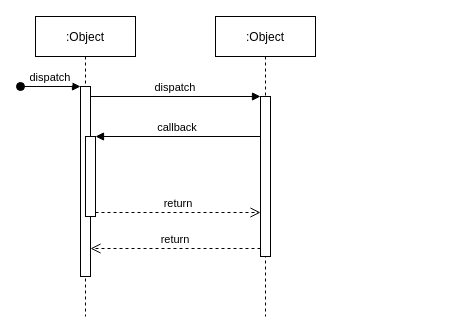
Earlier version of the draw.io diagram Untitled Diagram.drawio (tengyunGH/first). Source tidied: cells renumbered, new cells numbered last; positions are measured from the earlier drawing's top-left corner, leaving out a move shared by most shapes. Both pictures are drawn from the tidied source at 100%, with x=0, y=0 at pixel (20, 16).
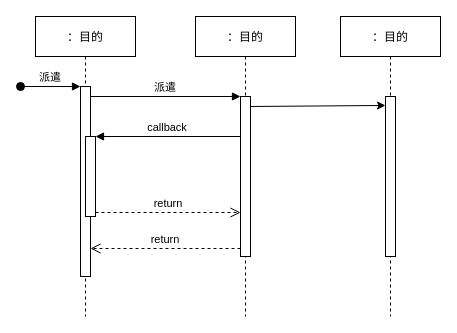
The same page after the edit.

The edit, as a diff of the source:
```diff
@@
 <mxGraphModel>
   <root>
     <mxCell id="0" />
     <mxCell id="1" parent="0" />
-    <mxCell id="2" value=":Object" style="shape=umlLifeline;perimeter=lifelinePerimeter;rounded=0;shadow=0;strokeWidth=1;" parent="1" vertex="1">
+    <mxCell id="2" value="：目的" style="shape=umlLifeline;perimeter=lifelinePerimeter;rounded=0;shadow=0;strokeWidth=1;" parent="1" vertex="1">
       <mxGeometry x="15" width="100" height="300" as="geometry" />
     </mxCell>
     <mxCell id="3" style="points=[];perimeter=orthogonalPerimeter;rounded=0;shadow=0;strokeWidth=1;" parent="2" vertex="1">
       <mxGeometry x="45" y="70" width="10" height="190" as="geometry" />
     </mxCell>
-    <mxCell id="4" value="dispatch" style="verticalAlign=bottom;startArrow=oval;endArrow=block;startSize=8;shadow=0;strokeWidth=1;" parent="2" edge="1" target="3">
+    <mxCell id="4" value="派遣" style="verticalAlign=bottom;startArrow=oval;endArrow=block;startSize=8;shadow=0;strokeWidth=1;" parent="2" edge="1" target="3">
       <mxGeometry relative="1" as="geometry">
         <mxPoint x="-15" y="70" as="sourcePoint" />
       </mxGeometry>
     </mxCell>
     <mxCell id="5" style="points=[];perimeter=orthogonalPerimeter;rounded=0;shadow=0;strokeWidth=1;" parent="2" vertex="1">
       <mxGeometry x="50" y="120" width="10" height="80" as="geometry" />
     </mxCell>
-    <mxCell id="6" value=":Object" style="shape=umlLifeline;perimeter=lifelinePerimeter;rounded=0;shadow=0;strokeWidth=1;" parent="1" vertex="1">
-      <mxGeometry x="195" width="100" height="300" as="geometry" />
+    <mxCell id="6" value="：目的" style="shape=umlLifeline;perimeter=lifelinePerimeter;rounded=0;shadow=0;strokeWidth=1;" parent="1" vertex="1">
+      <mxGeometry x="175" width="100" height="300" as="geometry" />
     </mxCell>
     <mxCell id="7" style="points=[];perimeter=orthogonalPerimeter;rounded=0;shadow=0;strokeWidth=1;" parent="6" vertex="1">
       <mxGeometry x="45" y="80" width="10" height="160" as="geometry" />
     </mxCell>
+    <mxCell id="12" style="endArrow=classic;html=1;rounded=0;entryX=0;entryY=0.056;entryDx=0;entryDy=0;entryPerimeter=0;" parent="6" edge="1" target="14">
+      <mxGeometry relative="1" as="geometry">
+        <mxPoint x="55" y="90" as="sourcePoint" />
+      </mxGeometry>
+    </mxCell>
     <mxCell id="8" value="return" style="verticalAlign=bottom;endArrow=open;dashed=1;endSize=8;exitX=0;exitY=0.95;shadow=0;strokeWidth=1;" parent="1" edge="1" source="7" target="3">
       <mxGeometry relative="1" as="geometry" />
     </mxCell>
-    <mxCell id="9" value="dispatch" style="verticalAlign=bottom;endArrow=block;entryX=0;entryY=0;shadow=0;strokeWidth=1;" parent="1" edge="1" source="3" target="7">
+    <mxCell id="9" value="派遣" style="verticalAlign=bottom;endArrow=block;entryX=0;entryY=0;shadow=0;strokeWidth=1;" parent="1" edge="1" source="3" target="7">
       <mxGeometry relative="1" as="geometry" />
     </mxCell>
     <mxCell id="10" value="callback" style="verticalAlign=bottom;endArrow=block;entryX=1;entryY=0;shadow=0;strokeWidth=1;" parent="1" edge="1" source="7" target="5">
       <mxGeometry relative="1" as="geometry" />
     </mxCell>
     <mxCell id="11" value="return" style="verticalAlign=bottom;endArrow=open;dashed=1;endSize=8;exitX=1;exitY=0.95;shadow=0;strokeWidth=1;" parent="1" edge="1" source="5" target="7">
       <mxGeometry relative="1" as="geometry" />
     </mxCell>
+    <mxCell id="13" value="：目的" style="shape=umlLifeline;perimeter=lifelinePerimeter;rounded=0;shadow=0;strokeWidth=1;" parent="1" vertex="1">
+      <mxGeometry x="320" width="100" height="300" as="geometry" />
+    </mxCell>
+    <mxCell id="14" style="points=[];perimeter=orthogonalPerimeter;rounded=0;shadow=0;strokeWidth=1;" parent="13" vertex="1">
+      <mxGeometry x="45" y="80" width="10" height="160" as="geometry" />
+    </mxCell>
   </root>
 </mxGraphModel>
```
